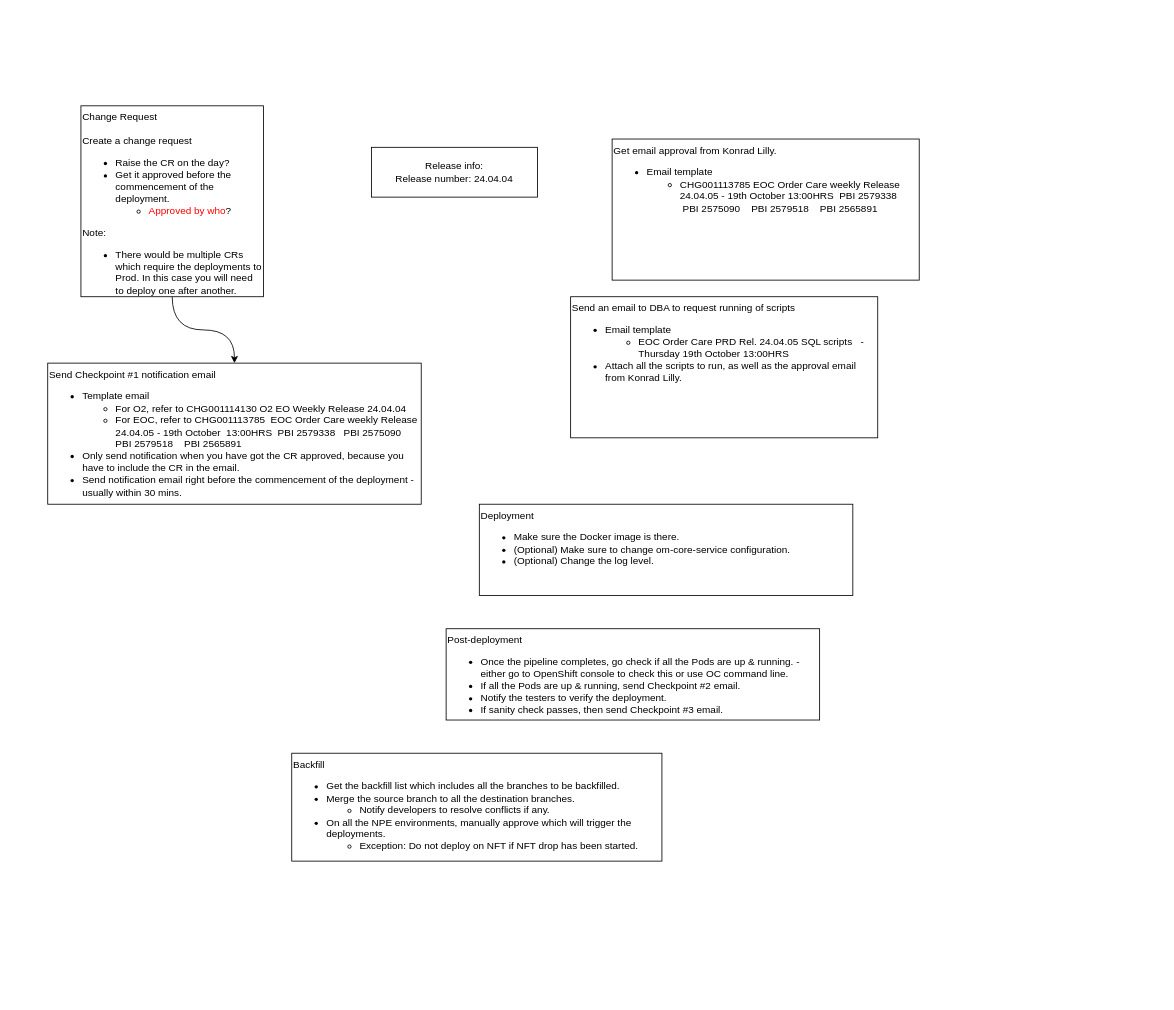
Earlier version of the draw.io diagram page "Page-2" (2 of 2) of sparknz_pipeline.drawio (huangdgm/drawio). Source tidied: cells renumbered, new cells numbered last; positions are measured from the earlier drawing's top-left corner, leaving out a move shared by most shapes. Both pictures are drawn from the tidied source at 83%, with x=0, y=0 at pixel (47, 105).
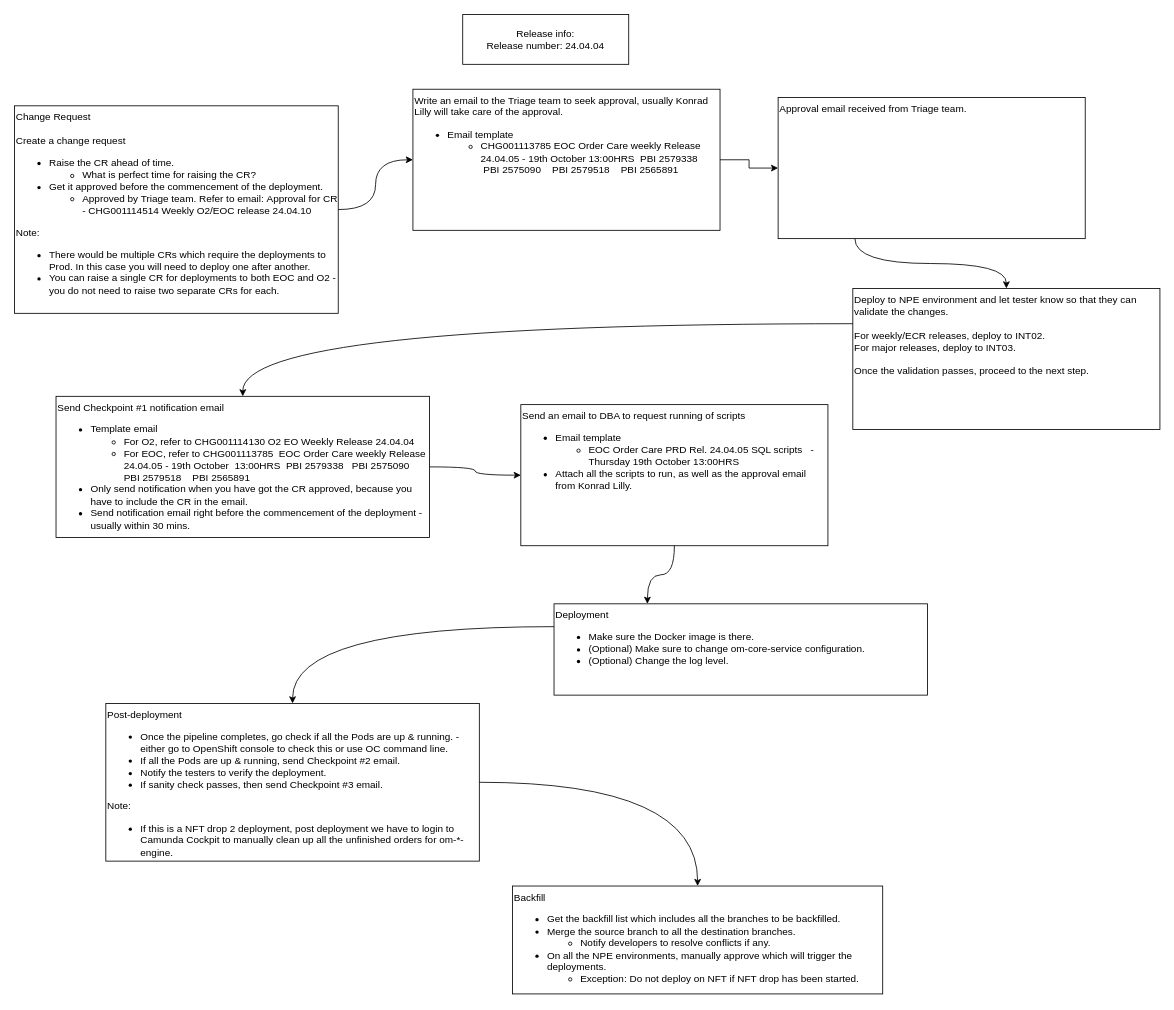
The same page after the edit.

Change to the diagram source:
```diff
@@
 <mxGraphModel>
   <root>
     <mxCell id="0" />
     <mxCell id="1" parent="0" />
-    <mxCell id="2" style="edgeStyle=orthogonalEdgeStyle;rounded=0;jettySize=auto;html=1;exitX=0.5;exitY=1;exitDx=0;exitDy=0;entryX=0.5;entryY=0;entryDx=0;entryDy=0;elbow=vertical;curved=1;" parent="1" edge="1" source="3" target="5">
+    <mxCell id="2" style="edgeStyle=orthogonalEdgeStyle;rounded=0;jettySize=auto;html=1;exitX=1;exitY=0.5;exitDx=0;exitDy=0;elbow=vertical;curved=1;" parent="1" edge="1" source="3" target="10">
       <mxGeometry relative="1" as="geometry" />
     </mxCell>
-    <mxCell id="3" value="Change Request&lt;br&gt;&lt;br&gt;Create a change request&lt;br&gt;&lt;ul&gt;&lt;li&gt;Raise the CR on the day?&lt;/li&gt;&lt;li&gt;Get it approved before the commencement of the deployment.&lt;/li&gt;&lt;ul&gt;&lt;li&gt;&lt;font color=&quot;#ff0000&quot;&gt;Approved by who&lt;/font&gt;?&lt;/li&gt;&lt;/ul&gt;&lt;/ul&gt;&lt;div&gt;Note:&lt;/div&gt;&lt;div&gt;&lt;ul&gt;&lt;li&gt;There would be multiple CRs which require the deployments to Prod. In this case you will need to deploy one after another.&lt;/li&gt;&lt;/ul&gt;&lt;/div&gt;" style="rounded=1;whiteSpace=wrap;html=1;arcSize=0;align=left;verticalAlign=top;" parent="1" vertex="1">
-      <mxGeometry x="40" width="220" height="230" as="geometry" />
+    <mxCell id="3" value="Change Request&lt;br&gt;&lt;br&gt;Create a change request&lt;br&gt;&lt;ul&gt;&lt;li&gt;Raise the CR ahead of time.&lt;/li&gt;&lt;ul&gt;&lt;li&gt;What is perfect time for raising the CR?&lt;/li&gt;&lt;/ul&gt;&lt;li&gt;Get it approved before the commencement of the deployment.&lt;/li&gt;&lt;ul&gt;&lt;li&gt;Approved by Triage team. Refer to email:&amp;nbsp;Approval for CR - CHG001114514 Weekly O2/EOC release 24.04.10&lt;/li&gt;&lt;/ul&gt;&lt;/ul&gt;&lt;div&gt;Note:&lt;/div&gt;&lt;div&gt;&lt;ul&gt;&lt;li&gt;There would be multiple CRs which require the deployments to Prod. In this case you will need to deploy one after another.&lt;/li&gt;&lt;li&gt;You can raise a single CR for deployments to both EOC and O2 - you do not need to raise two separate CRs for each.&lt;/li&gt;&lt;/ul&gt;&lt;/div&gt;" style="rounded=1;whiteSpace=wrap;html=1;arcSize=0;align=left;verticalAlign=top;" parent="1" vertex="1">
+      <mxGeometry x="-40" width="390" height="250" as="geometry" />
     </mxCell>
     <mxCell id="4" value="Release info:&lt;br&gt;Release number: 24.04.04" style="rounded=1;whiteSpace=wrap;html=1;arcSize=0;" parent="1" vertex="1">
-      <mxGeometry x="390" y="50" width="200" height="60" as="geometry" />
+      <mxGeometry x="500" y="-110" width="200" height="60" as="geometry" />
     </mxCell>
     <mxCell id="5" value="Send Checkpoint #1 notification email&lt;br&gt;&lt;ul&gt;&lt;li&gt;Template email&lt;/li&gt;&lt;ul&gt;&lt;li&gt;For O2, refer to CHG001114130 O2 EO Weekly Release 24.04.04&lt;/li&gt;&lt;li&gt;For EOC, refer to&amp;nbsp;CHG001113785&amp;nbsp; EOC Order Care weekly Release 24.04.05 - 19th October&amp;nbsp; 13:00HRS&amp;nbsp; PBI 2579338&amp;nbsp; &amp;nbsp;PBI 2575090&amp;nbsp; &amp;nbsp; PBI 2579518&amp;nbsp; &amp;nbsp; PBI 2565891&lt;/li&gt;&lt;/ul&gt;&lt;li&gt;Only send notification when you have got the CR approved, because you have to include the CR in the email.&lt;/li&gt;&lt;li&gt;Send notification email right before the commencement of the deployment - usually within 30 mins.&lt;/li&gt;&lt;/ul&gt;" style="rounded=1;whiteSpace=wrap;html=1;align=left;horizontal=1;verticalAlign=top;arcSize=0;" parent="1" vertex="1">
-      <mxGeometry y="310" width="450" height="170" as="geometry" />
+      <mxGeometry x="10" y="350" width="450" height="170" as="geometry" />
     </mxCell>
     <mxCell id="6" value="Backfill&lt;br&gt;&lt;ul&gt;&lt;li&gt;Get the backfill list which includes all the branches to be backfilled.&lt;/li&gt;&lt;li&gt;Merge the source branch to all the destination branches.&lt;/li&gt;&lt;ul&gt;&lt;li&gt;Notify developers to resolve conflicts if any.&lt;/li&gt;&lt;/ul&gt;&lt;li&gt;On all the NPE environments, manually approve which will trigger the deployments.&lt;/li&gt;&lt;ul&gt;&lt;li&gt;Exception: Do not deploy on NFT if NFT drop has been started.&lt;/li&gt;&lt;/ul&gt;&lt;/ul&gt;" style="rounded=1;whiteSpace=wrap;html=1;align=left;horizontal=1;verticalAlign=top;arcSize=0;" parent="1" vertex="1">
-      <mxGeometry x="294" y="780" width="446" height="130" as="geometry" />
+      <mxGeometry x="560" y="940" width="446" height="130" as="geometry" />
     </mxCell>
     <mxCell id="7" value="Deployment&lt;span style=&quot;background-color: initial;&quot;&gt;&lt;br&gt;&lt;ul&gt;&lt;li&gt;&lt;span style=&quot;background-color: initial;&quot;&gt;Make sure the Docker image is there.&lt;/span&gt;&lt;/li&gt;&lt;li&gt;(Optional) Make sure to change om-core-service configuration.&lt;/li&gt;&lt;li&gt;(Optional) Change the log level.&lt;/li&gt;&lt;/ul&gt;&lt;/span&gt;" style="rounded=1;whiteSpace=wrap;html=1;align=left;horizontal=1;verticalAlign=top;arcSize=0;" parent="1" vertex="1">
-      <mxGeometry x="520" y="480" width="450" height="110" as="geometry" />
+      <mxGeometry x="610" y="600" width="450" height="110" as="geometry" />
     </mxCell>
-    <mxCell id="8" value="Post-deployment&lt;span style=&quot;background-color: initial;&quot;&gt;&lt;br&gt;&lt;ul&gt;&lt;li style=&quot;border-color: var(--border-color);&quot;&gt;Once the pipeline completes, go check if all the Pods are up &amp;amp; running. - either go to OpenShift console to check this or use OC command line.&lt;/li&gt;&lt;li&gt;If all the Pods are up &amp;amp; running, send&amp;nbsp;Checkpoint #2 email.&lt;/li&gt;&lt;li&gt;&lt;span style=&quot;background-color: initial;&quot;&gt;Notify the testers to verify the deployment.&lt;/span&gt;&lt;/li&gt;&lt;li&gt;&lt;span style=&quot;background-color: initial;&quot;&gt;If sanity check passes, then s&lt;/span&gt;end Checkpoint #3 email.&lt;/li&gt;&lt;/ul&gt;&lt;/span&gt;" style="rounded=1;whiteSpace=wrap;html=1;align=left;horizontal=1;verticalAlign=top;arcSize=0;" parent="1" vertex="1">
-      <mxGeometry x="480" y="630" width="450" height="110" as="geometry" />
+    <mxCell id="8" value="Post-deployment&lt;span style=&quot;background-color: initial;&quot;&gt;&lt;br&gt;&lt;ul&gt;&lt;li style=&quot;border-color: var(--border-color);&quot;&gt;Once the pipeline completes, go check if all the Pods are up &amp;amp; running. - either go to OpenShift console to check this or use OC command line.&lt;/li&gt;&lt;li&gt;If all the Pods are up &amp;amp; running, send&amp;nbsp;Checkpoint #2 email.&lt;/li&gt;&lt;li&gt;&lt;span style=&quot;background-color: initial;&quot;&gt;Notify the testers to verify the deployment.&lt;/span&gt;&lt;/li&gt;&lt;li&gt;&lt;span style=&quot;background-color: initial;&quot;&gt;If sanity check passes, then s&lt;/span&gt;end Checkpoint #3 email.&lt;/li&gt;&lt;/ul&gt;&lt;div&gt;Note:&lt;/div&gt;&lt;div&gt;&lt;ul&gt;&lt;li&gt;If this is a NFT drop 2 deployment, post deployment we have to login to Camunda Cockpit to manually clean up all the unfinished orders for om-*-engine.&lt;/li&gt;&lt;/ul&gt;&lt;/div&gt;&lt;/span&gt;" style="rounded=1;whiteSpace=wrap;html=1;align=left;horizontal=1;verticalAlign=top;arcSize=0;" parent="1" vertex="1">
+      <mxGeometry x="70" y="720" width="450" height="190" as="geometry" />
     </mxCell>
     <mxCell id="9" value="Send an email to DBA to request running of scripts&lt;br&gt;&lt;ul&gt;&lt;li&gt;Email template&lt;/li&gt;&lt;ul&gt;&lt;li&gt;EOC Order Care PRD Rel. 24.04.05 SQL scripts&amp;nbsp; &amp;nbsp;- Thursday 19th October 13:00HRS&lt;br&gt;&lt;/li&gt;&lt;/ul&gt;&lt;li&gt;Attach all the scripts to run, as well as the approval email from Konrad Lilly.&lt;/li&gt;&lt;/ul&gt;" style="rounded=1;whiteSpace=wrap;html=1;arcSize=0;verticalAlign=top;align=left;" parent="1" vertex="1">
-      <mxGeometry x="630" y="230" width="370" height="170" as="geometry" />
+      <mxGeometry x="570" y="360" width="370" height="170" as="geometry" />
     </mxCell>
+    <mxCell id="11" style="edgeStyle=orthogonalEdgeStyle;rounded=0;jettySize=auto;html=1;" parent="1" edge="1" source="10" target="12">
+      <mxGeometry relative="1" as="geometry" />
+    </mxCell>
-    <mxCell id="10" value="Get email approval from Konrad Lilly.&lt;br&gt;&lt;ul&gt;&lt;li&gt;Email template&lt;/li&gt;&lt;ul&gt;&lt;li&gt;CHG001113785 EOC Order Care weekly Release 24.04.05 - 19th October 13:00HRS&amp;nbsp; PBI 2579338&amp;nbsp; &amp;nbsp;PBI 2575090&amp;nbsp; &amp;nbsp; PBI 2579518&amp;nbsp; &amp;nbsp; PBI 2565891&lt;br&gt;&lt;/li&gt;&lt;/ul&gt;&lt;/ul&gt;" style="rounded=1;whiteSpace=wrap;html=1;arcSize=0;verticalAlign=top;align=left;" parent="1" vertex="1">
-      <mxGeometry x="680" y="40" width="370" height="170" as="geometry" />
+    <mxCell id="10" value="Write an email to the Triage team to seek approval, usually Konrad Lilly will take care of the approval.&lt;br&gt;&lt;ul&gt;&lt;li&gt;Email template&lt;/li&gt;&lt;ul&gt;&lt;li&gt;CHG001113785 EOC Order Care weekly Release 24.04.05 - 19th October 13:00HRS&amp;nbsp; PBI 2579338&amp;nbsp; &amp;nbsp;PBI 2575090&amp;nbsp; &amp;nbsp; PBI 2579518&amp;nbsp; &amp;nbsp; PBI 2565891&lt;br&gt;&lt;/li&gt;&lt;/ul&gt;&lt;/ul&gt;" style="rounded=1;whiteSpace=wrap;html=1;arcSize=0;verticalAlign=top;align=left;" parent="1" vertex="1">
+      <mxGeometry x="440" y="-20" width="370" height="170" as="geometry" />
     </mxCell>
+    <mxCell id="12" value="Approval email received from Triage team." style="rounded=1;whiteSpace=wrap;html=1;arcSize=0;verticalAlign=top;align=left;" parent="1" vertex="1">
+      <mxGeometry x="880" y="-10" width="370" height="170" as="geometry" />
+    </mxCell>
+    <mxCell id="13" style="edgeStyle=orthogonalEdgeStyle;rounded=0;jettySize=auto;html=1;exitX=0.25;exitY=1;exitDx=0;exitDy=0;elbow=vertical;curved=1;entryX=0.5;entryY=0;entryDx=0;entryDy=0;" parent="1" edge="1" source="12" target="18">
+      <mxGeometry relative="1" as="geometry" />
+    </mxCell>
+    <mxCell id="14" style="edgeStyle=orthogonalEdgeStyle;rounded=0;jettySize=auto;html=1;exitX=1;exitY=0.5;exitDx=0;exitDy=0;elbow=vertical;curved=1;entryX=0;entryY=0.5;entryDx=0;entryDy=0;" parent="1" edge="1" source="5" target="9">
+      <mxGeometry relative="1" as="geometry" />
+    </mxCell>
+    <mxCell id="15" style="edgeStyle=orthogonalEdgeStyle;rounded=0;jettySize=auto;html=1;exitX=0.5;exitY=1;exitDx=0;exitDy=0;elbow=vertical;curved=1;entryX=0.25;entryY=0;entryDx=0;entryDy=0;" parent="1" edge="1" source="9" target="7">
+      <mxGeometry relative="1" as="geometry" />
+    </mxCell>
+    <mxCell id="16" style="edgeStyle=orthogonalEdgeStyle;rounded=0;jettySize=auto;html=1;exitX=0;exitY=0.25;exitDx=0;exitDy=0;elbow=vertical;curved=1;entryX=0.5;entryY=0;entryDx=0;entryDy=0;" parent="1" edge="1" source="7" target="8">
+      <mxGeometry relative="1" as="geometry" />
+    </mxCell>
+    <mxCell id="17" style="edgeStyle=orthogonalEdgeStyle;rounded=0;jettySize=auto;html=1;exitX=1;exitY=0.5;exitDx=0;exitDy=0;elbow=vertical;curved=1;" parent="1" edge="1" source="8" target="6">
+      <mxGeometry relative="1" as="geometry" />
+    </mxCell>
+    <mxCell id="18" value="Deploy to NPE environment and let tester know so that they can validate the changes.&lt;br&gt;&lt;br&gt;For weekly/ECR releases, deploy to INT02.&lt;br&gt;For major releases, deploy to INT03.&lt;br&gt;&lt;br&gt;Once the validation passes, proceed to the next step." style="rounded=1;whiteSpace=wrap;html=1;arcSize=0;verticalAlign=top;align=left;" parent="1" vertex="1">
+      <mxGeometry x="970" y="220" width="370" height="170" as="geometry" />
+    </mxCell>
+    <mxCell id="19" style="edgeStyle=orthogonalEdgeStyle;rounded=0;jettySize=auto;html=1;exitX=0;exitY=0.25;exitDx=0;exitDy=0;elbow=vertical;curved=1;entryX=0.5;entryY=0;entryDx=0;entryDy=0;" parent="1" edge="1" source="18" target="5">
+      <mxGeometry relative="1" as="geometry" />
+    </mxCell>
   </root>
 </mxGraphModel>
```
